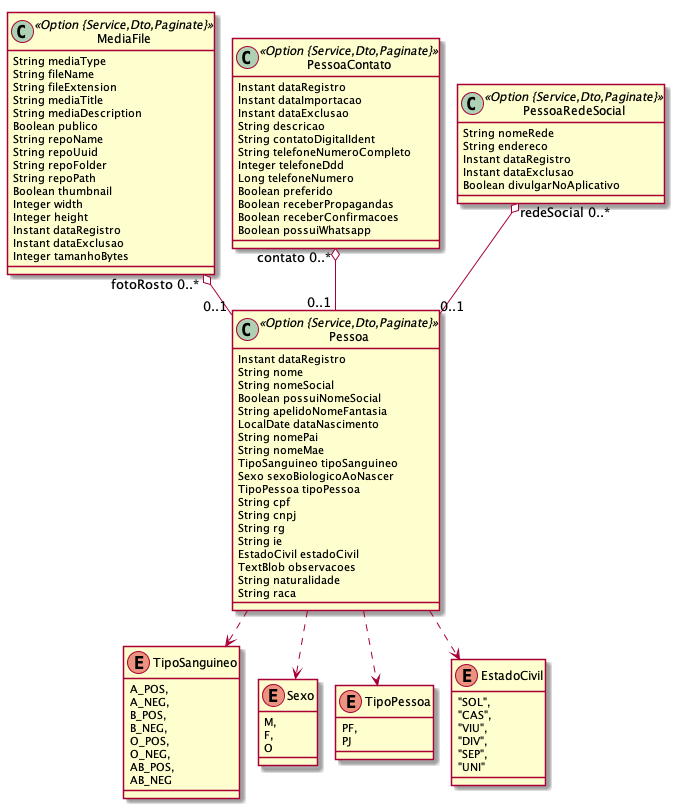
Above: src/main/model/intern-app-model.png in elfolabs/jhipster-intern-app (PlantUML), before the change.
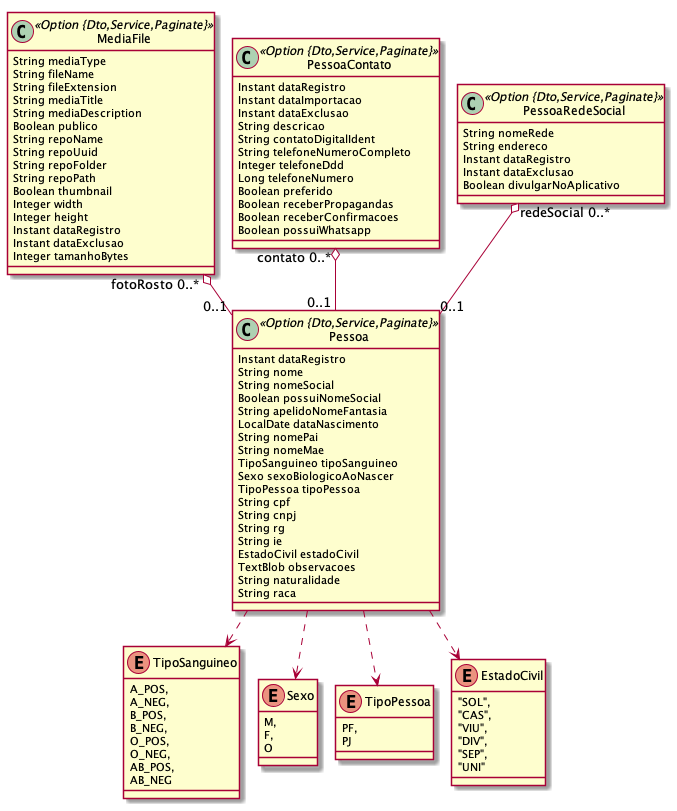
The same file after the commit.

What changed in the source:
```diff
@@ -1,7 +1,7 @@
 @startuml
 	!pragma layout smetana
 	!pragma syntax class
-	class MediaFile <<Option {Service,Dto,Paginate}>> {
+	class MediaFile <<Option {Dto,Service,Paginate}>> {
 		String mediaType
 		String fileName
 		String fileExtension
@@ -19,7 +19,7 @@
 		Instant dataExclusao
 		Integer tamanhoBytes
 	}
-	class Pessoa <<Option {Service,Dto,Paginate}>> {
+	class Pessoa <<Option {Dto,Service,Paginate}>> {
 		Instant dataRegistro
 		String nome
 		String nomeSocial
@@ -71,7 +71,7 @@
 		AB_POS,
 		AB_NEG
 	}
-	class PessoaContato <<Option {Service,Dto,Paginate}>> {
+	class PessoaContato <<Option {Dto,Service,Paginate}>> {
 		Instant dataRegistro
 		Instant dataImportacao
 		Instant dataExclusao
@@ -85,7 +85,7 @@
 		Boolean receberConfirmacoes
 		Boolean possuiWhatsapp
 	}
-	class PessoaRedeSocial <<Option {Service,Dto,Paginate}>> {
+	class PessoaRedeSocial <<Option {Dto,Service,Paginate}>> {
 		String nomeRede
 		String endereco
 		Instant dataRegistro
```
